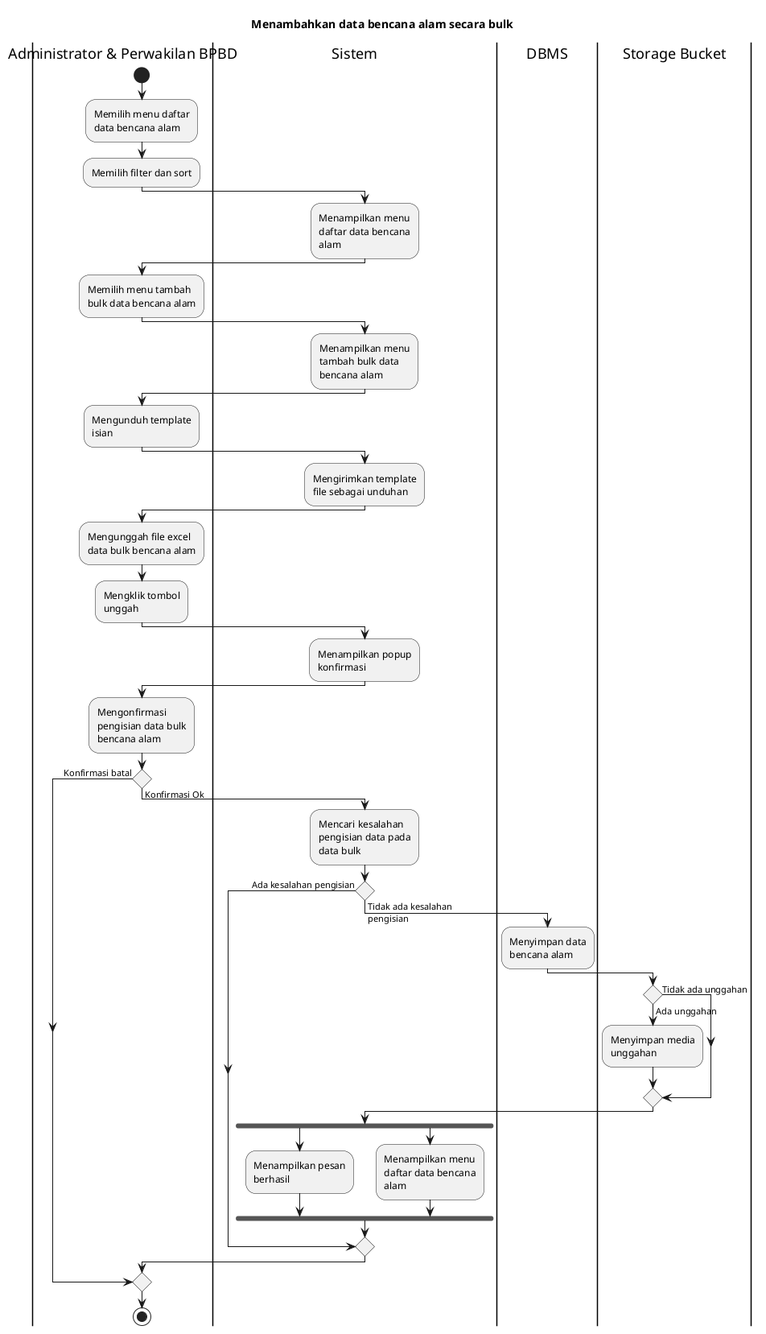
Above: export/Activity Diagrams/UC-MGDISASTER - Manajemen Data Bencana/UC-MGDISASTER-011 - Menambahkan data bencana alam secara bulk.png in bagusNA/appl-diagrams (PlantUML), before the change. The source it was exported from:
```plantuml
@startuml
skinparam wrapWidth 140

title Menambahkan data bencana alam secara bulk

|Administrator & Perwakilan BPBD|
start
:Memilih menu daftar data bencana alam;
:Memilih filter dan sort;

|Sistem|
:Menampilkan menu daftar data bencana alam;

|Administrator & Perwakilan BPBD|
:Memilih menu tambah bulk data bencana alam;

|Sistem|
:Menampilkan menu tambah bulk data bencana alam;

|Administrator & Perwakilan BPBD|
:Mengunduh template isian;

|Sistem|
:Mengirimkan template file sebagai unduhan;

|Administrator & Perwakilan BPBD|
:Mengunggah file excel data bulk bencana alam;
:Mengklik tombol unggah;

|Sistem|
:Menampilkan popup konfirmasi;

|Administrator & Perwakilan BPBD|
:Mengonfirmasi pengisian data bulk bencana alam;

if () then (Konfirmasi batal)
else (Konfirmasi Ok)
  |Sistem|
  :Mencari kesalahan pengisian data pada data bulk;

  if () then (Ada kesalahan pengisian)
  else (Tidak ada kesalahan pengisian)
    |DBMS|
    :Menyimpan data bencana alam;

    |Storage Bucket|
    if () then (Tidak ada unggahan)
    else (Ada unggahan)
      :Menyimpan media unggahan;
    endif

    |Sistem|
    fork
      :Menampilkan pesan berhasil;
    fork again
      :Menampilkan menu daftar data bencana alam;
    endfork
  endif
endif

|Administrator & Perwakilan BPBD|
stop
@enduml
```
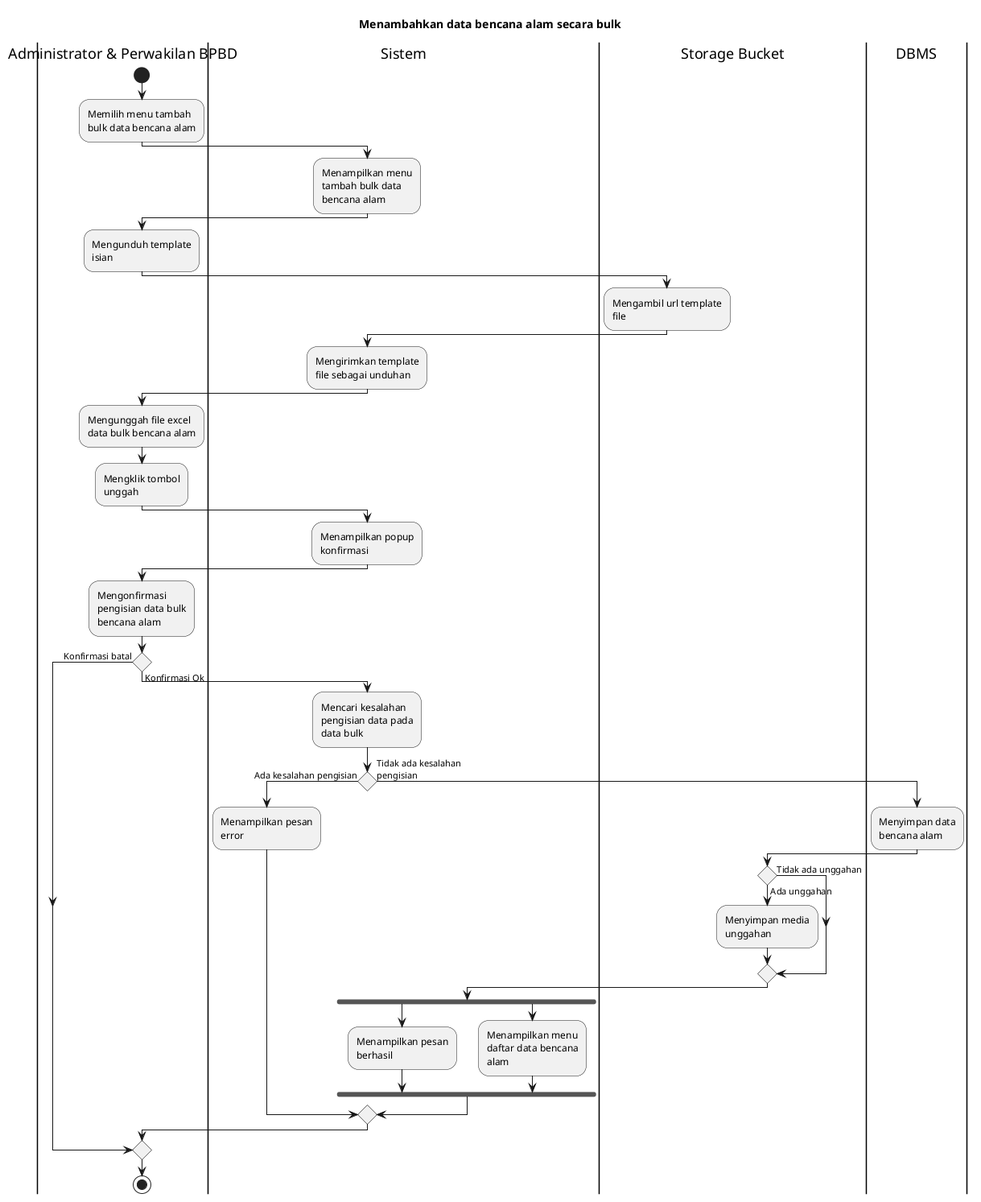
After the change.

The edit, as a diff of the source:
```diff
@@ -5,13 +5,6 @@
 
 |Administrator & Perwakilan BPBD|
 start
-:Memilih menu daftar data bencana alam;
-:Memilih filter dan sort;
-
-|Sistem|
-:Menampilkan menu daftar data bencana alam;
-
-|Administrator & Perwakilan BPBD|
 :Memilih menu tambah bulk data bencana alam;
 
 |Sistem|
@@ -19,6 +12,9 @@
 
 |Administrator & Perwakilan BPBD|
 :Mengunduh template isian;
+
+|Storage Bucket|
+:Mengambil url template file;
 
 |Sistem|
 :Mengirimkan template file sebagai unduhan;
@@ -39,6 +35,8 @@
   :Mencari kesalahan pengisian data pada data bulk;
 
   if () then (Ada kesalahan pengisian)
+    |Sistem|
+    :Menampilkan pesan error;
   else (Tidak ada kesalahan pengisian)
     |DBMS|
     :Menyimpan data bencana alam;
```
